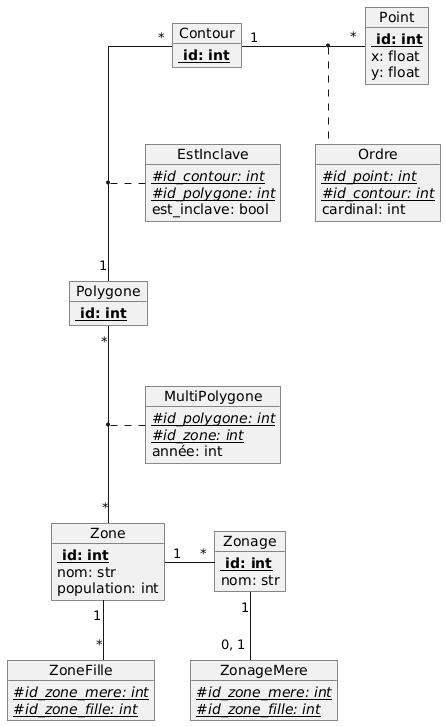
The PlantUML diagram doc/diagrammes/diagramme_entite_relation.png in antoni-guardia/ENSAI_ProjetInfo2A, before a commit.
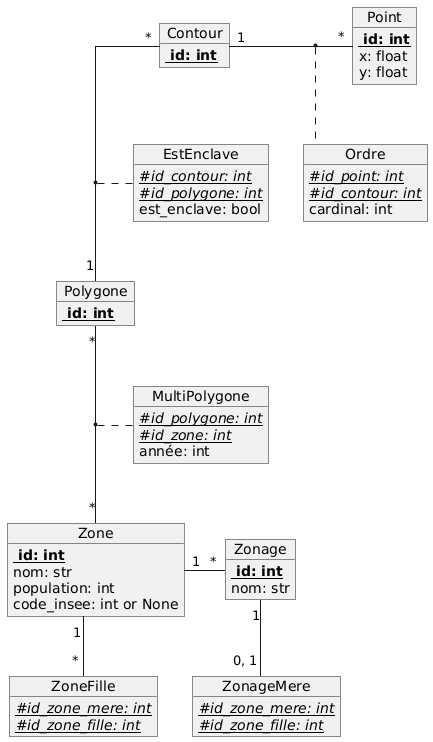
Above is the later version.

Change to the diagram source:
```diff
@@ -12,6 +12,7 @@
 <b> {Static} id: int
 nom: str
 population: int
+code_insee: int or None
 }
 
 object MultiPolygone{
@@ -35,10 +36,10 @@
 x: float
 y: float
 }
-object EstInclave{
+object EstEnclave{
 {Static}//#id_contour: int//
 {Static}//#id_polygone: int//
-est_inclave: bool
+est_enclave: bool
 }
 
 object Ordre{
@@ -63,7 +64,7 @@
 (Polygone, Zone) .. MultiPolygone
 
 Contour "*" -- "1" Polygone
-(Contour, Polygone) .. EstInclave
+(Contour, Polygone) .. EstEnclave
 
 Contour "1" -right- "*" Point
 (Contour, Point) .. Ordre
```
